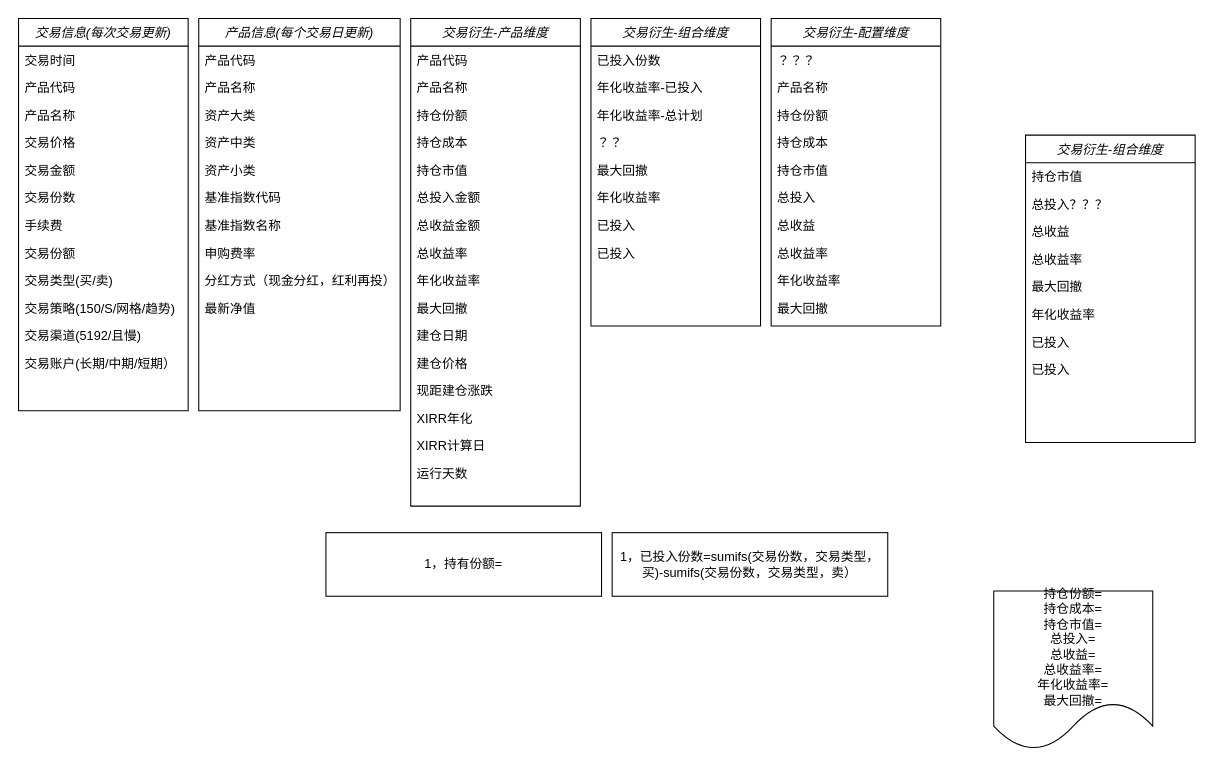
This is 类图-marketmemo.drawio from marcowangfrm/marketmemo, a draw.io file, before an edit. Source tidied: cells renumbered, new cells numbered last; positions are measured from the earlier drawing's top-left corner, leaving out a move shared by most shapes. Both pictures are drawn from the tidied source at 106%, with x=0, y=0 at pixel (18, 18).
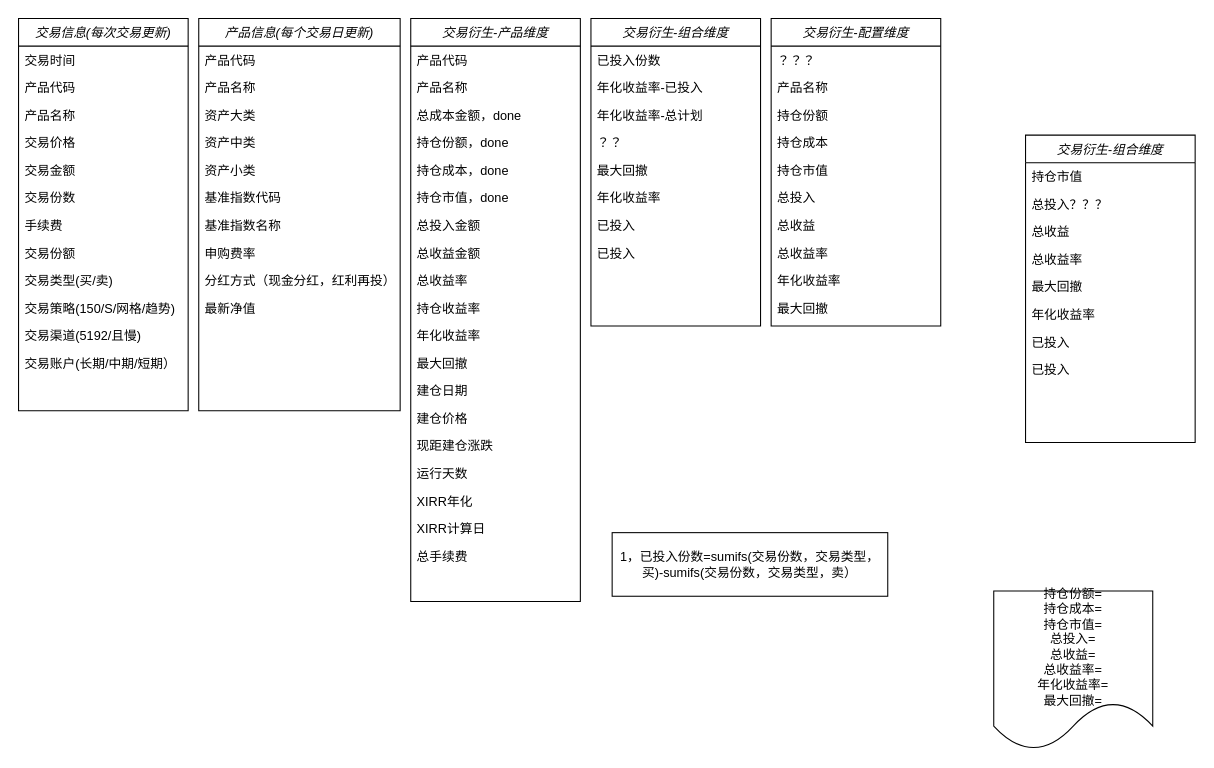
The same page after the edit.

Diff of the diagram source:
```diff
@@
     <mxCell id="2" value="交易衍生-产品维度" style="swimlane;fontStyle=2;align=center;verticalAlign=top;horizontal=1;startSize=26;rounded=0;shadow=0;strokeWidth=1;" parent="1" vertex="1">
-      <mxGeometry x="370" width="160" height="460" as="geometry" />
+      <mxGeometry x="370" width="160" height="550" as="geometry" />
     </mxCell>
@@
+    <mxCell id="75" value="总成本金额，done" style="text;align=left;verticalAlign=top;spacingLeft=4;spacingRight=4;overflow=hidden;rounded=0;shadow=0;html=0;" parent="2" vertex="1">
+      <mxGeometry y="78" width="160" height="26" as="geometry" />
+    </mxCell>
-    <mxCell id="5" value="持仓份额" style="text;align=left;verticalAlign=top;spacingLeft=4;spacingRight=4;overflow=hidden;rounded=0;shadow=0;html=0;" parent="2" vertex="1">
-      <mxGeometry y="78" width="160" height="26" as="geometry" />
+    <mxCell id="5" value="持仓份额，done" style="text;align=left;verticalAlign=top;spacingLeft=4;spacingRight=4;overflow=hidden;rounded=0;shadow=0;html=0;" parent="2" vertex="1">
+      <mxGeometry y="104" width="160" height="26" as="geometry" />
     </mxCell>
-    <mxCell id="6" value="持仓成本" style="text;align=left;verticalAlign=top;spacingLeft=4;spacingRight=4;overflow=hidden;rounded=0;shadow=0;html=0;" parent="2" vertex="1">
-      <mxGeometry y="104" width="160" height="26" as="geometry" />
+    <mxCell id="6" value="持仓成本，done" style="text;align=left;verticalAlign=top;spacingLeft=4;spacingRight=4;overflow=hidden;rounded=0;shadow=0;html=0;" parent="2" vertex="1">
+      <mxGeometry y="130" width="160" height="26" as="geometry" />
     </mxCell>
-    <mxCell id="7" value="持仓市值" style="text;align=left;verticalAlign=top;spacingLeft=4;spacingRight=4;overflow=hidden;rounded=0;shadow=0;html=0;" parent="2" vertex="1">
-      <mxGeometry y="130" width="160" height="26" as="geometry" />
+    <mxCell id="7" value="持仓市值，done" style="text;align=left;verticalAlign=top;spacingLeft=4;spacingRight=4;overflow=hidden;rounded=0;shadow=0;html=0;" parent="2" vertex="1">
+      <mxGeometry y="156" width="160" height="26" as="geometry" />
     </mxCell>
     <mxCell id="8" value="总投入金额" style="text;align=left;verticalAlign=top;spacingLeft=4;spacingRight=4;overflow=hidden;rounded=0;shadow=0;html=0;" parent="2" vertex="1">
-      <mxGeometry y="156" width="160" height="26" as="geometry" />
+      <mxGeometry y="182" width="160" height="26" as="geometry" />
     </mxCell>
     <mxCell id="9" value="总收益金额" style="text;align=left;verticalAlign=top;spacingLeft=4;spacingRight=4;overflow=hidden;rounded=0;shadow=0;html=0;" parent="2" vertex="1">
-      <mxGeometry y="182" width="160" height="26" as="geometry" />
+      <mxGeometry y="208" width="160" height="26" as="geometry" />
     </mxCell>
     <mxCell id="10" value="总收益率" style="text;align=left;verticalAlign=top;spacingLeft=4;spacingRight=4;overflow=hidden;rounded=0;shadow=0;html=0;" parent="2" vertex="1">
-      <mxGeometry y="208" width="160" height="26" as="geometry" />
+      <mxGeometry y="234" width="160" height="26" as="geometry" />
     </mxCell>
+    <mxCell id="76" value="持仓收益率" style="text;align=left;verticalAlign=top;spacingLeft=4;spacingRight=4;overflow=hidden;rounded=0;shadow=0;html=0;" parent="2" vertex="1">
+      <mxGeometry y="260" width="160" height="26" as="geometry" />
+    </mxCell>
     <mxCell id="11" value="年化收益率" style="text;align=left;verticalAlign=top;spacingLeft=4;spacingRight=4;overflow=hidden;rounded=0;shadow=0;html=0;" parent="2" vertex="1">
-      <mxGeometry y="234" width="160" height="26" as="geometry" />
+      <mxGeometry y="286" width="160" height="26" as="geometry" />
     </mxCell>
     <mxCell id="12" value="最大回撤" style="text;align=left;verticalAlign=top;spacingLeft=4;spacingRight=4;overflow=hidden;rounded=0;shadow=0;html=0;" parent="2" vertex="1">
-      <mxGeometry y="260" width="160" height="26" as="geometry" />
+      <mxGeometry y="312" width="160" height="26" as="geometry" />
     </mxCell>
     <mxCell id="13" value="建仓日期" style="text;align=left;verticalAlign=top;spacingLeft=4;spacingRight=4;overflow=hidden;rounded=0;shadow=0;html=0;" parent="2" vertex="1">
-      <mxGeometry y="286" width="160" height="26" as="geometry" />
+      <mxGeometry y="338" width="160" height="26" as="geometry" />
     </mxCell>
     <mxCell id="14" value="建仓价格" style="text;align=left;verticalAlign=top;spacingLeft=4;spacingRight=4;overflow=hidden;rounded=0;shadow=0;html=0;" parent="2" vertex="1">
-      <mxGeometry y="312" width="160" height="26" as="geometry" />
+      <mxGeometry y="364" width="160" height="26" as="geometry" />
     </mxCell>
     <mxCell id="15" value="现距建仓涨跌" style="text;align=left;verticalAlign=top;spacingLeft=4;spacingRight=4;overflow=hidden;rounded=0;shadow=0;html=0;" parent="2" vertex="1">
-      <mxGeometry y="338" width="160" height="26" as="geometry" />
+      <mxGeometry y="390" width="160" height="26" as="geometry" />
     </mxCell>
+    <mxCell id="18" value="运行天数" style="text;align=left;verticalAlign=top;spacingLeft=4;spacingRight=4;overflow=hidden;rounded=0;shadow=0;html=0;" parent="2" vertex="1">
+      <mxGeometry y="416" width="160" height="26" as="geometry" />
+    </mxCell>
     <mxCell id="16" value="XIRR年化" style="text;align=left;verticalAlign=top;spacingLeft=4;spacingRight=4;overflow=hidden;rounded=0;shadow=0;html=0;" parent="2" vertex="1">
-      <mxGeometry y="364" width="160" height="26" as="geometry" />
+      <mxGeometry y="442" width="160" height="26" as="geometry" />
     </mxCell>
     <mxCell id="17" value="XIRR计算日" style="text;align=left;verticalAlign=top;spacingLeft=4;spacingRight=4;overflow=hidden;rounded=0;shadow=0;html=0;" parent="2" vertex="1">
-      <mxGeometry y="390" width="160" height="26" as="geometry" />
+      <mxGeometry y="468" width="160" height="26" as="geometry" />
     </mxCell>
-    <mxCell id="18" value="运行天数" style="text;align=left;verticalAlign=top;spacingLeft=4;spacingRight=4;overflow=hidden;rounded=0;shadow=0;html=0;" parent="2" vertex="1">
-      <mxGeometry y="416" width="160" height="26" as="geometry" />
-    </mxCell>
+    <mxCell id="77" value="总手续费" style="text;align=left;verticalAlign=top;spacingLeft=4;spacingRight=4;overflow=hidden;rounded=0;shadow=0;html=0;" parent="2" vertex="1">
+      <mxGeometry y="494" width="160" height="26" as="geometry" />
+    </mxCell>
@@
-    <mxCell id="74" value="1，持有份额=" style="rounded=0;whiteSpace=wrap;html=1;" parent="1" vertex="1">
-      <mxGeometry x="290" y="485" width="260" height="60" as="geometry" />
-    </mxCell>
```
